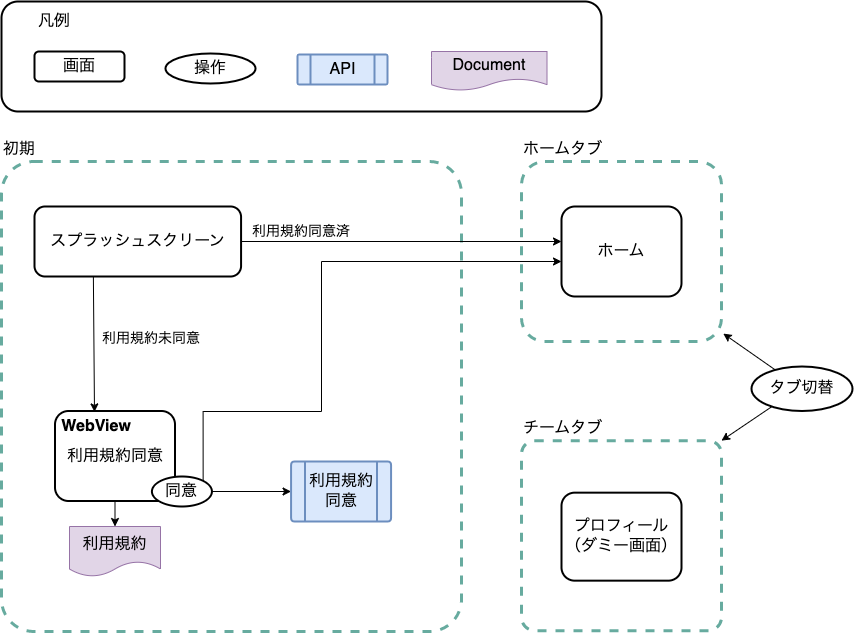
ws-4020/mobile-app-crib-notes keeps this draw.io diagram as website/docs/react-native/santoku/design/screen-transitions/screen-transitions.drawio.png. Above is the earlier version. Source tidied: cells renumbered, new cells last; positions are measured from the earlier drawing's top-left corner, leaving out a move shared by most shapes.
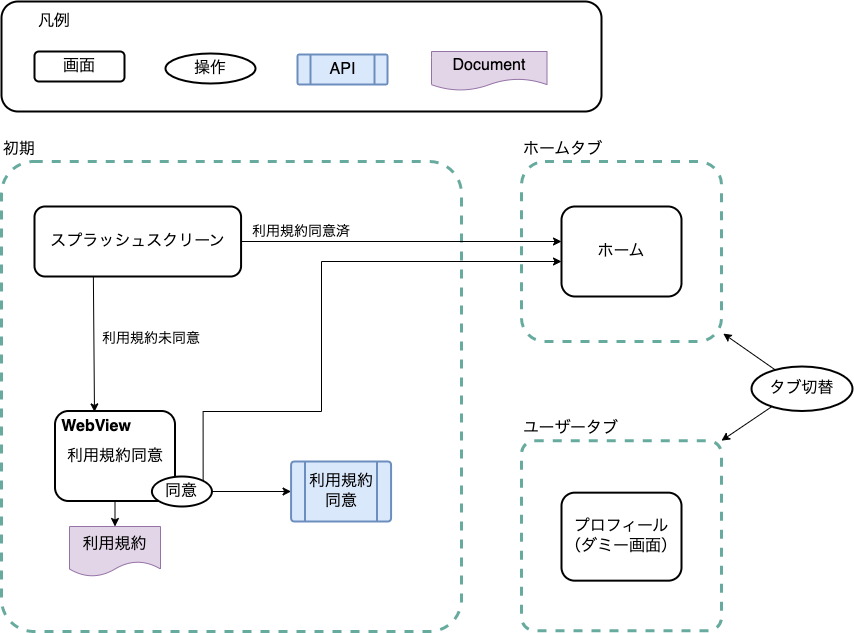
The same file after the commit.

Commit message:
チームタブ->ユーザータブ

Diff of the diagram source:
```diff
@@ -36,7 +36,7 @@
     <mxCell id="11" value="利用規約同意" style="rounded=1;whiteSpace=wrap;html=1;strokeWidth=2;fontSize=16;" parent="1" vertex="1">
       <mxGeometry x="53.5" y="409.5" width="120" height="90" as="geometry" />
     </mxCell>
-    <mxCell id="12" value="チームタブ" style="rounded=1;whiteSpace=wrap;html=1;labelPosition=center;verticalLabelPosition=top;align=left;verticalAlign=bottom;dashed=1;strokeWidth=3;strokeColor=#67AB9F;fillColor=none;arcSize=7;fontSize=16;" parent="1" vertex="1">
+    <mxCell id="12" value="ユーザータブ" style="rounded=1;whiteSpace=wrap;html=1;labelPosition=center;verticalLabelPosition=top;align=left;verticalAlign=bottom;dashed=1;strokeWidth=3;strokeColor=#67AB9F;fillColor=none;arcSize=7;fontSize=16;" parent="1" vertex="1">
       <mxGeometry x="520" y="439.2" width="200" height="190" as="geometry" />
     </mxCell>
     <mxCell id="13" value="ホーム" style="rounded=1;whiteSpace=wrap;html=1;strokeWidth=2;fontSize=16;" parent="1" vertex="1">
```
